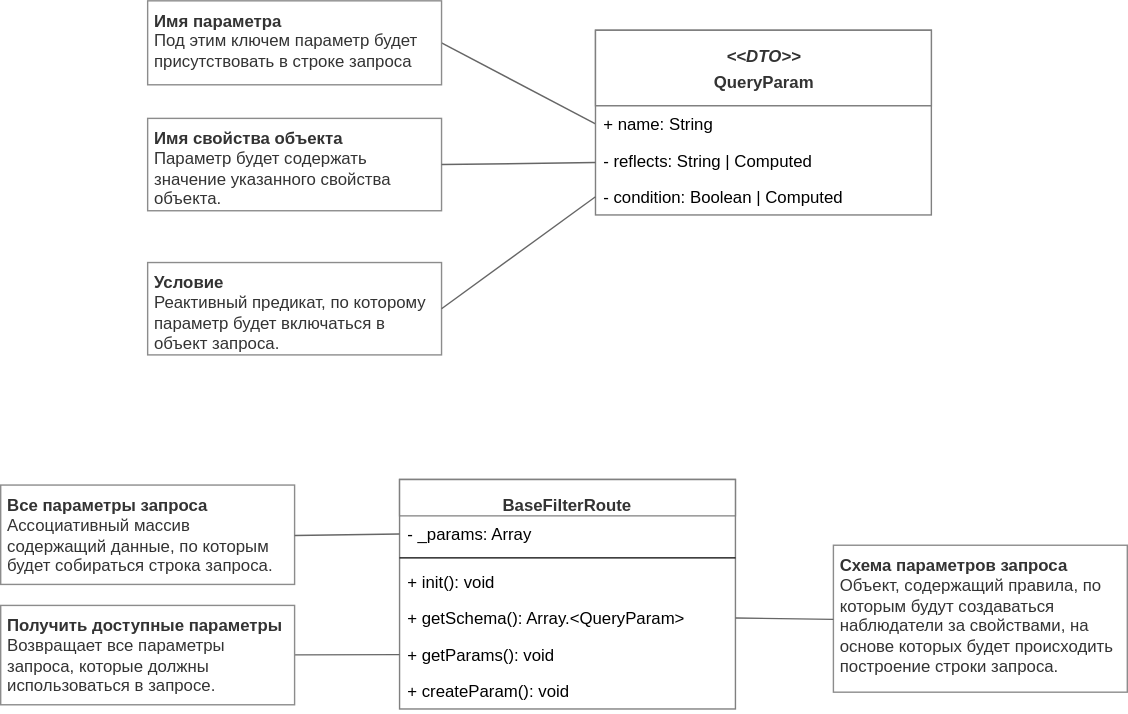
Above: filters.svg in ajile/draw-io (draw.io), before the change. Source tidied: cells renumbered, new cells last; positions are measured from the earlier drawing's top-left corner, leaving out a move shared by most shapes. Its diagram source:
```xml
<mxGraphModel background="#ffffff">
  <root>
    <mxCell id="0" />
    <mxCell id="1" parent="0" />
    <mxCell id="2" value="&lt;font style=&quot;font-size: 12px&quot; color=&quot;#333333&quot;&gt;BaseFilterRoute&lt;/font&gt;" style="swimlane;fontStyle=1;align=center;verticalAlign=top;horizontal=1;startSize=26;swimlaneFillColor=#ffffff;strokeColor=#808080;fontSize=16;fontColor=#808080;html=1;" parent="1" vertex="1">
      <mxGeometry x="285" y="342" width="240" height="164" as="geometry" />
    </mxCell>
    <mxCell id="3" value="- _params: Array" style="text;strokeColor=none;fillColor=none;align=left;verticalAlign=top;spacingLeft=4;spacingRight=4;overflow=hidden;points=[[0,0.5],[1,0.5]];portConstraint=eastwest;" parent="2" vertex="1">
      <mxGeometry y="26" width="240" height="26" as="geometry" />
    </mxCell>
    <mxCell id="4" style="line;strokeWidth=1;fillColor=none;align=left;verticalAlign=middle;spacingTop=-1;spacingLeft=3;spacingRight=3;labelPosition=right;" parent="2" vertex="1">
      <mxGeometry y="52" width="240" height="8" as="geometry" />
    </mxCell>
    <mxCell id="5" value="+ init(): void" style="text;strokeColor=none;fillColor=none;align=left;verticalAlign=top;spacingLeft=4;spacingRight=4;overflow=hidden;" parent="2" vertex="1">
      <mxGeometry y="60" width="240" height="26" as="geometry" />
    </mxCell>
    <mxCell id="6" value="+ getSchema(): Array.&lt;QueryParam&gt;" style="text;strokeColor=none;fillColor=none;align=left;verticalAlign=top;spacingLeft=4;spacingRight=4;overflow=hidden;points=[[0,0.5],[1,0.5]];portConstraint=eastwest;" parent="2" vertex="1">
      <mxGeometry y="86" width="240" height="26" as="geometry" />
    </mxCell>
    <mxCell id="7" value="+ getParams(): void" style="text;strokeColor=none;fillColor=none;align=left;verticalAlign=top;spacingLeft=4;spacingRight=4;overflow=hidden;points=[[0,0.5],[1,0.5]];portConstraint=eastwest;" parent="2" vertex="1">
      <mxGeometry y="112" width="240" height="26" as="geometry" />
    </mxCell>
    <mxCell id="8" value="+ createParam(): void" style="text;strokeColor=none;fillColor=none;align=left;verticalAlign=top;spacingLeft=4;spacingRight=4;overflow=hidden;" parent="2" vertex="1">
      <mxGeometry y="138" width="240" height="26" as="geometry" />
    </mxCell>
    <mxCell id="9" style="rounded=0;html=1;startSize=4;endArrow=none;endFill=0;endSize=16;jettySize=auto;strokeColor=#666666;strokeWidth=1;fontSize=12;fontColor=#333333;entryX=0;entryY=0.5;exitX=1;exitY=0.5;" parent="1" edge="1" source="14" target="11">
      <mxGeometry relative="1" as="geometry" />
    </mxCell>
    <mxCell id="10" value="&lt;font style=&quot;font-size: 12px&quot; color=&quot;#333333&quot;&gt;&lt;i&gt;&amp;lt;&amp;lt;DTO&amp;gt;&amp;gt;&lt;/i&gt;&lt;br&gt;&lt;b&gt;QueryParam&lt;/b&gt;&lt;/font&gt;&lt;br&gt;" style="swimlane;fontStyle=1;align=center;verticalAlign=top;horizontal=1;startSize=54;swimlaneFillColor=#ffffff;strokeColor=#808080;fontSize=16;fontColor=#808080;html=1;" parent="1" vertex="1">
      <mxGeometry x="425" y="21" width="240" height="132" as="geometry" />
    </mxCell>
    <mxCell id="11" value="+ name: String" style="text;strokeColor=none;fillColor=none;align=left;verticalAlign=top;spacingLeft=4;spacingRight=4;overflow=hidden;points=[[0,0.5],[1,0.5]];portConstraint=eastwest;" parent="10" vertex="1">
      <mxGeometry y="54" width="240" height="26" as="geometry" />
    </mxCell>
    <mxCell id="12" value="- reflects: String | Computed" style="text;strokeColor=none;fillColor=none;align=left;verticalAlign=top;spacingLeft=4;spacingRight=4;overflow=hidden;points=[[0,0.5],[1,0.5]];portConstraint=eastwest;" parent="10" vertex="1">
      <mxGeometry y="80" width="240" height="26" as="geometry" />
    </mxCell>
    <mxCell id="13" value="- condition: Boolean | Computed" style="text;strokeColor=none;fillColor=none;align=left;verticalAlign=top;spacingLeft=4;spacingRight=4;overflow=hidden;points=[[0,0.5],[1,0.5]];portConstraint=eastwest;" parent="10" vertex="1">
      <mxGeometry y="106" width="240" height="26" as="geometry" />
    </mxCell>
    <mxCell id="14" value="&lt;span&gt;&lt;b&gt;Имя параметра&lt;/b&gt;&lt;/span&gt;&lt;div&gt;&lt;span&gt;Под этим ключем параметр будет&lt;/span&gt;&lt;div&gt;присутствовать в строке запроса&lt;br&gt;&lt;/div&gt;&lt;div&gt;&lt;br&gt;&lt;/div&gt;&lt;/div&gt;" style="text;html=1;strokeColor=#8C8C8C;fillColor=none;align=left;verticalAlign=top;whiteSpace=wrap;rounded=0;fontSize=12;fontColor=#333333;spacingLeft=2;spacingBottom=2;" parent="1" vertex="1">
      <mxGeometry x="105" width="210" height="60" as="geometry" />
    </mxCell>
    <mxCell id="15" value="&lt;span&gt;&lt;b&gt;Имя свойства объекта&lt;/b&gt;&lt;/span&gt;&lt;div&gt;Параметр будет содержать значение указанного свойства объекта.&lt;/div&gt;" style="text;html=1;strokeColor=#8C8C8C;fillColor=none;align=left;verticalAlign=top;whiteSpace=wrap;rounded=0;fontSize=12;fontColor=#333333;spacingLeft=2;spacingBottom=2;" parent="1" vertex="1">
      <mxGeometry x="105" y="84" width="210" height="66" as="geometry" />
    </mxCell>
    <mxCell id="16" style="rounded=0;html=1;startSize=4;endArrow=none;endFill=0;endSize=16;jettySize=auto;strokeColor=#666666;strokeWidth=1;fontSize=12;fontColor=#333333;exitX=1;exitY=0.5;" parent="1" edge="1" source="15" target="12">
      <mxGeometry relative="1" as="geometry" />
    </mxCell>
    <mxCell id="17" value="&lt;span&gt;&lt;b&gt;Условие&lt;/b&gt;&lt;/span&gt;&lt;div&gt;Реактивный предикат, по которому параметр будет включаться в объект запроса.&lt;/div&gt;" style="text;html=1;strokeColor=#8C8C8C;fillColor=none;align=left;verticalAlign=top;whiteSpace=wrap;rounded=0;fontSize=12;fontColor=#333333;spacingLeft=2;spacingBottom=2;spacingRight=2;" parent="1" vertex="1">
      <mxGeometry x="105" y="187" width="210" height="66" as="geometry" />
    </mxCell>
    <mxCell id="18" style="rounded=0;html=1;startSize=4;endArrow=none;endFill=0;endSize=16;jettySize=auto;strokeColor=#666666;strokeWidth=1;fontSize=12;fontColor=#333333;exitX=1;exitY=0.5;entryX=0;entryY=0.5;" parent="1" edge="1" source="17" target="13">
      <mxGeometry relative="1" as="geometry" />
    </mxCell>
    <mxCell id="19" value="&lt;span&gt;&lt;b&gt;Схема параметров запроса&lt;/b&gt;&lt;/span&gt;&lt;div&gt;Объект, содержащий правила, по которым будут создаваться наблюдатели за свойствами, на основе которых будет происходить построение строки запроса.&lt;/div&gt;" style="text;html=1;strokeColor=#8C8C8C;fillColor=none;align=left;verticalAlign=top;whiteSpace=wrap;rounded=0;fontSize=12;fontColor=#333333;spacingLeft=2;spacingBottom=2;spacingRight=2;" parent="1" vertex="1">
      <mxGeometry x="595" y="389" width="210" height="105" as="geometry" />
    </mxCell>
    <mxCell id="20" style="rounded=0;html=1;startSize=4;endArrow=none;endFill=0;endSize=16;jettySize=auto;strokeColor=#666666;strokeWidth=1;fontSize=12;fontColor=#333333;exitX=1;exitY=0.5;entryX=0;entryY=0.5;" parent="1" edge="1" source="6" target="19">
      <mxGeometry relative="1" as="geometry" />
    </mxCell>
    <mxCell id="21" value="&lt;span&gt;&lt;b&gt;Все параметры запроса&lt;/b&gt;&lt;/span&gt;&lt;div&gt;Ассоциативный массив содержащий данные, по которым будет собираться строка запроса.&lt;/div&gt;" style="text;html=1;strokeColor=#8C8C8C;fillColor=none;align=left;verticalAlign=top;whiteSpace=wrap;rounded=0;fontSize=12;fontColor=#333333;spacingLeft=2;spacingBottom=2;spacingRight=2;" parent="1" vertex="1">
      <mxGeometry y="346" width="210" height="71" as="geometry" />
    </mxCell>
    <mxCell id="22" style="rounded=0;html=1;startSize=4;endArrow=none;endFill=0;endSize=16;jettySize=auto;strokeColor=#666666;strokeWidth=1;fontSize=12;fontColor=#333333;exitX=0;exitY=0.5;entryX=1;entryY=0.5;" parent="1" edge="1" source="3" target="21">
      <mxGeometry relative="1" as="geometry" />
    </mxCell>
    <mxCell id="23" style="edgeStyle=none;rounded=0;html=1;startSize=4;endArrow=none;endFill=0;endSize=16;jettySize=auto;strokeColor=#666666;strokeWidth=1;fontSize=12;fontColor=#333333;" parent="1" edge="1" source="24" target="7">
      <mxGeometry relative="1" as="geometry" />
    </mxCell>
    <mxCell id="24" value="&lt;span&gt;&lt;b&gt;Получить доступные параметры&lt;/b&gt;&lt;/span&gt;&lt;div&gt;Возвращает все параметры запроса, которые должны использоваться в запросе.&lt;/div&gt;" style="text;html=1;strokeColor=#8C8C8C;fillColor=none;align=left;verticalAlign=top;whiteSpace=wrap;rounded=0;fontSize=12;fontColor=#333333;spacingLeft=2;spacingBottom=2;spacingRight=2;" parent="1" vertex="1">
      <mxGeometry y="432" width="210" height="71" as="geometry" />
    </mxCell>
  </root>
</mxGraphModel>
```
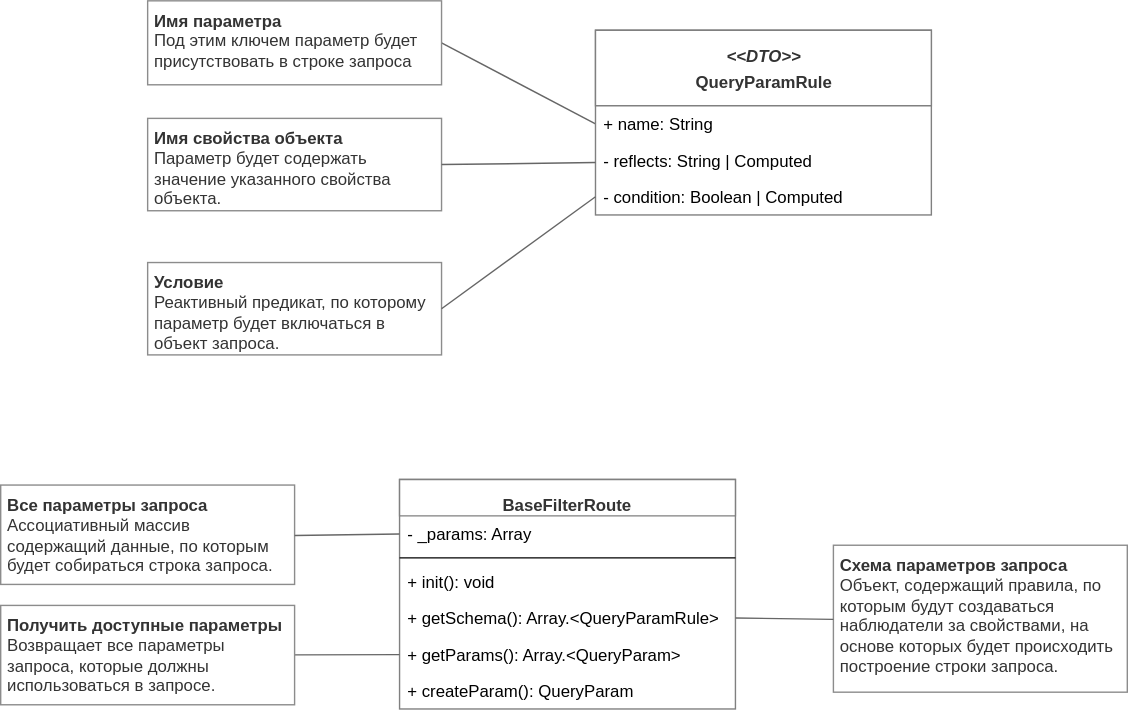
Above is the later version.

Diff of the diagram source:
```diff
@@ -14,19 +14,19 @@
     <mxCell id="5" value="+ init(): void" style="text;strokeColor=none;fillColor=none;align=left;verticalAlign=top;spacingLeft=4;spacingRight=4;overflow=hidden;" parent="2" vertex="1">
       <mxGeometry y="60" width="240" height="26" as="geometry" />
     </mxCell>
-    <mxCell id="6" value="+ getSchema(): Array.&lt;QueryParam&gt;" style="text;strokeColor=none;fillColor=none;align=left;verticalAlign=top;spacingLeft=4;spacingRight=4;overflow=hidden;points=[[0,0.5],[1,0.5]];portConstraint=eastwest;" parent="2" vertex="1">
+    <mxCell id="6" value="+ getSchema(): Array.&lt;QueryParamRule&gt;" style="text;strokeColor=none;fillColor=none;align=left;verticalAlign=top;spacingLeft=4;spacingRight=4;overflow=hidden;points=[[0,0.5],[1,0.5]];portConstraint=eastwest;" parent="2" vertex="1">
       <mxGeometry y="86" width="240" height="26" as="geometry" />
     </mxCell>
-    <mxCell id="7" value="+ getParams(): void" style="text;strokeColor=none;fillColor=none;align=left;verticalAlign=top;spacingLeft=4;spacingRight=4;overflow=hidden;points=[[0,0.5],[1,0.5]];portConstraint=eastwest;" parent="2" vertex="1">
+    <mxCell id="7" value="+ getParams(): Array.&lt;QueryParam&gt;" style="text;strokeColor=none;fillColor=none;align=left;verticalAlign=top;spacingLeft=4;spacingRight=4;overflow=hidden;points=[[0,0.5],[1,0.5]];portConstraint=eastwest;" parent="2" vertex="1">
       <mxGeometry y="112" width="240" height="26" as="geometry" />
     </mxCell>
-    <mxCell id="8" value="+ createParam(): void" style="text;strokeColor=none;fillColor=none;align=left;verticalAlign=top;spacingLeft=4;spacingRight=4;overflow=hidden;" parent="2" vertex="1">
+    <mxCell id="8" value="+ createParam(): QueryParam" style="text;strokeColor=none;fillColor=none;align=left;verticalAlign=top;spacingLeft=4;spacingRight=4;overflow=hidden;" parent="2" vertex="1">
       <mxGeometry y="138" width="240" height="26" as="geometry" />
     </mxCell>
     <mxCell id="9" style="rounded=0;html=1;startSize=4;endArrow=none;endFill=0;endSize=16;jettySize=auto;strokeColor=#666666;strokeWidth=1;fontSize=12;fontColor=#333333;entryX=0;entryY=0.5;exitX=1;exitY=0.5;" parent="1" edge="1" source="14" target="11">
       <mxGeometry relative="1" as="geometry" />
     </mxCell>
-    <mxCell id="10" value="&lt;font style=&quot;font-size: 12px&quot; color=&quot;#333333&quot;&gt;&lt;i&gt;&amp;lt;&amp;lt;DTO&amp;gt;&amp;gt;&lt;/i&gt;&lt;br&gt;&lt;b&gt;QueryParam&lt;/b&gt;&lt;/font&gt;&lt;br&gt;" style="swimlane;fontStyle=1;align=center;verticalAlign=top;horizontal=1;startSize=54;swimlaneFillColor=#ffffff;strokeColor=#808080;fontSize=16;fontColor=#808080;html=1;" parent="1" vertex="1">
+    <mxCell id="10" value="&lt;font style=&quot;font-size: 12px&quot; color=&quot;#333333&quot;&gt;&lt;i&gt;&amp;lt;&amp;lt;DTO&amp;gt;&amp;gt;&lt;/i&gt;&lt;br&gt;&lt;b&gt;QueryParamRule&lt;/b&gt;&lt;/font&gt;&lt;br&gt;" style="swimlane;fontStyle=1;align=center;verticalAlign=top;horizontal=1;startSize=54;swimlaneFillColor=#ffffff;strokeColor=#808080;fontSize=16;fontColor=#808080;html=1;" parent="1" vertex="1">
       <mxGeometry x="425" y="21" width="240" height="132" as="geometry" />
     </mxCell>
     <mxCell id="11" value="+ name: String" style="text;strokeColor=none;fillColor=none;align=left;verticalAlign=top;spacingLeft=4;spacingRight=4;overflow=hidden;points=[[0,0.5],[1,0.5]];portConstraint=eastwest;" parent="10" vertex="1">
```
